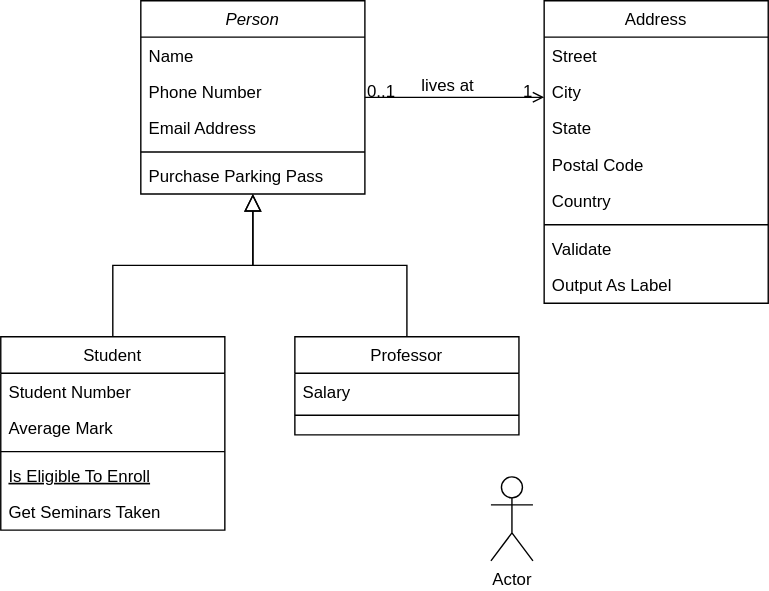
Above: Diagram zonder titel.drawio.svg in ChrisBrandhorst/gitbook-test (draw.io), before the change. Source tidied: cells renumbered, new cells last; positions are measured from the earlier drawing's top-left corner, leaving out a move shared by most shapes.
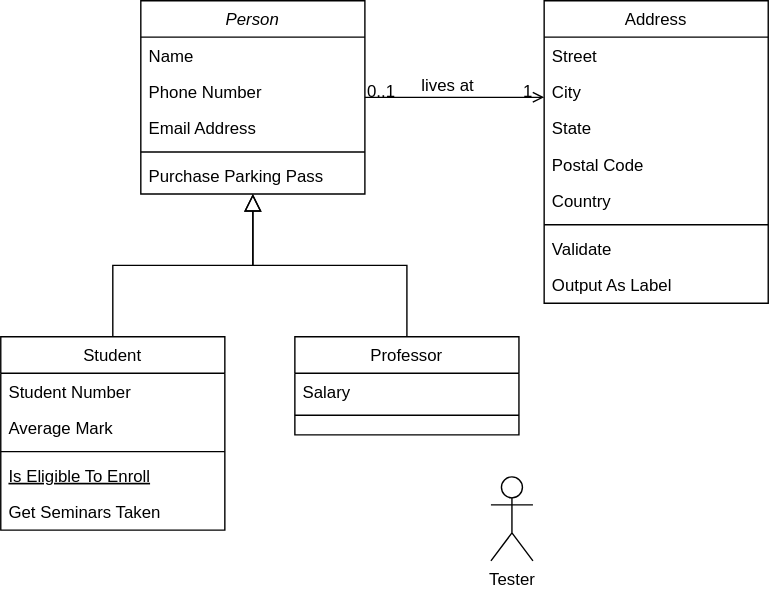
Above is the later version.

Change to the diagram source:
```diff
@@ -100,7 +100,7 @@
         <mxPoint x="-38" y="40" as="offset" />
       </mxGeometry>
     </mxCell>
-    <mxCell id="32" value="Actor" style="shape=umlActor;verticalLabelPosition=bottom;verticalAlign=top;html=1;" parent="1" vertex="1">
+    <mxCell id="32" value="Tester" style="shape=umlActor;verticalLabelPosition=bottom;verticalAlign=top;html=1;" parent="1" vertex="1">
       <mxGeometry x="350" y="340" width="30" height="60" as="geometry" />
     </mxCell>
   </root>
```
